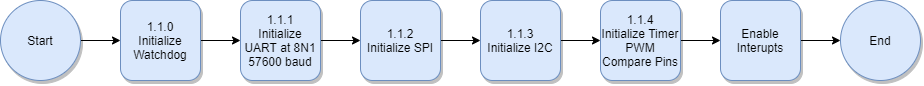
Above: resources/drawio-diagrams/subprocess-1.1-peripheral-configuration.png in DalhousieSpaceSystemsLab/CubeSat-ADCS-Firmware (draw.io), before the change. Source tidied: cells renumbered, new cells last; positions are measured from the earlier drawing's top-left corner, leaving out a move shared by most shapes.
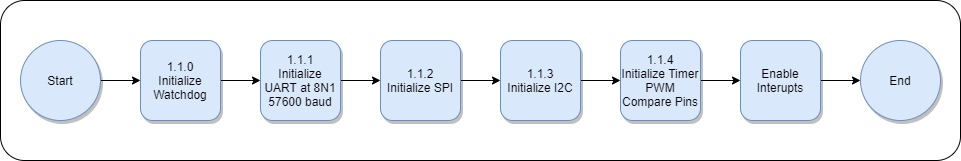
After the change.

What changed in the source:
```diff
@@ -2,6 +2,9 @@
   <root>
     <mxCell id="0" />
     <mxCell id="1" parent="0" />
+    <mxCell id="17" style="rounded=1;whiteSpace=wrap;html=1;" parent="1" vertex="1">
+      <mxGeometry x="-20" y="-40" width="960" height="160" as="geometry" />
+    </mxCell>
     <mxCell id="2" style="edgeStyle=orthogonalEdgeStyle;rounded=0;jettySize=auto;html=1;exitX=1;exitY=0.5;exitDx=0;exitDy=0;entryX=0;entryY=0.5;entryDx=0;entryDy=0;" parent="1" edge="1" source="3" target="5">
       <mxGeometry relative="1" as="geometry" />
     </mxCell>
```
